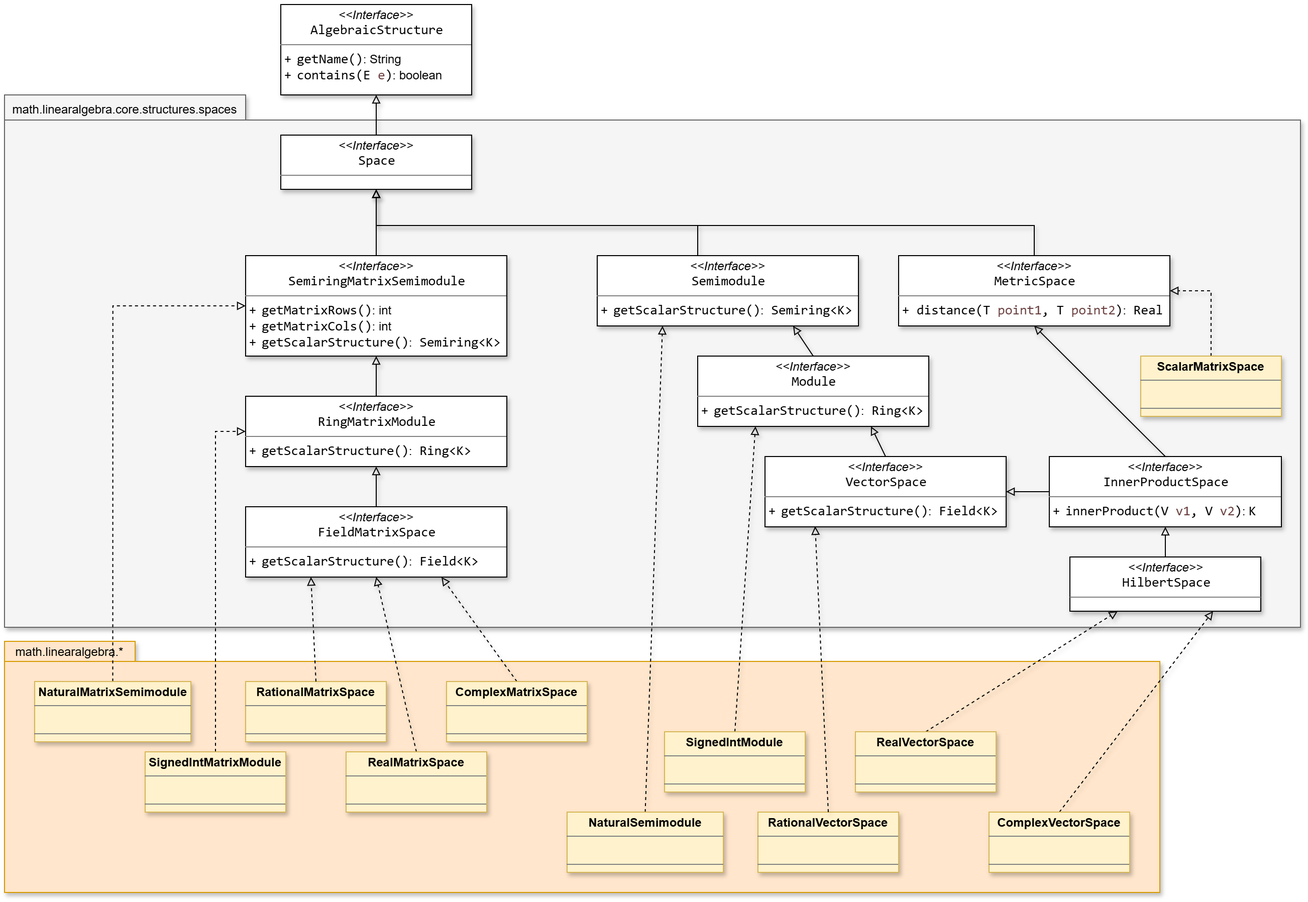
Above: resources/SMFN-linearalgebra-spaces.drawio.png in gom9000/SMFN (draw.io), before the change. Source tidied: cells renumbered, new cells last; positions are measured from the earlier drawing's top-left corner, leaving out a move shared by most shapes.
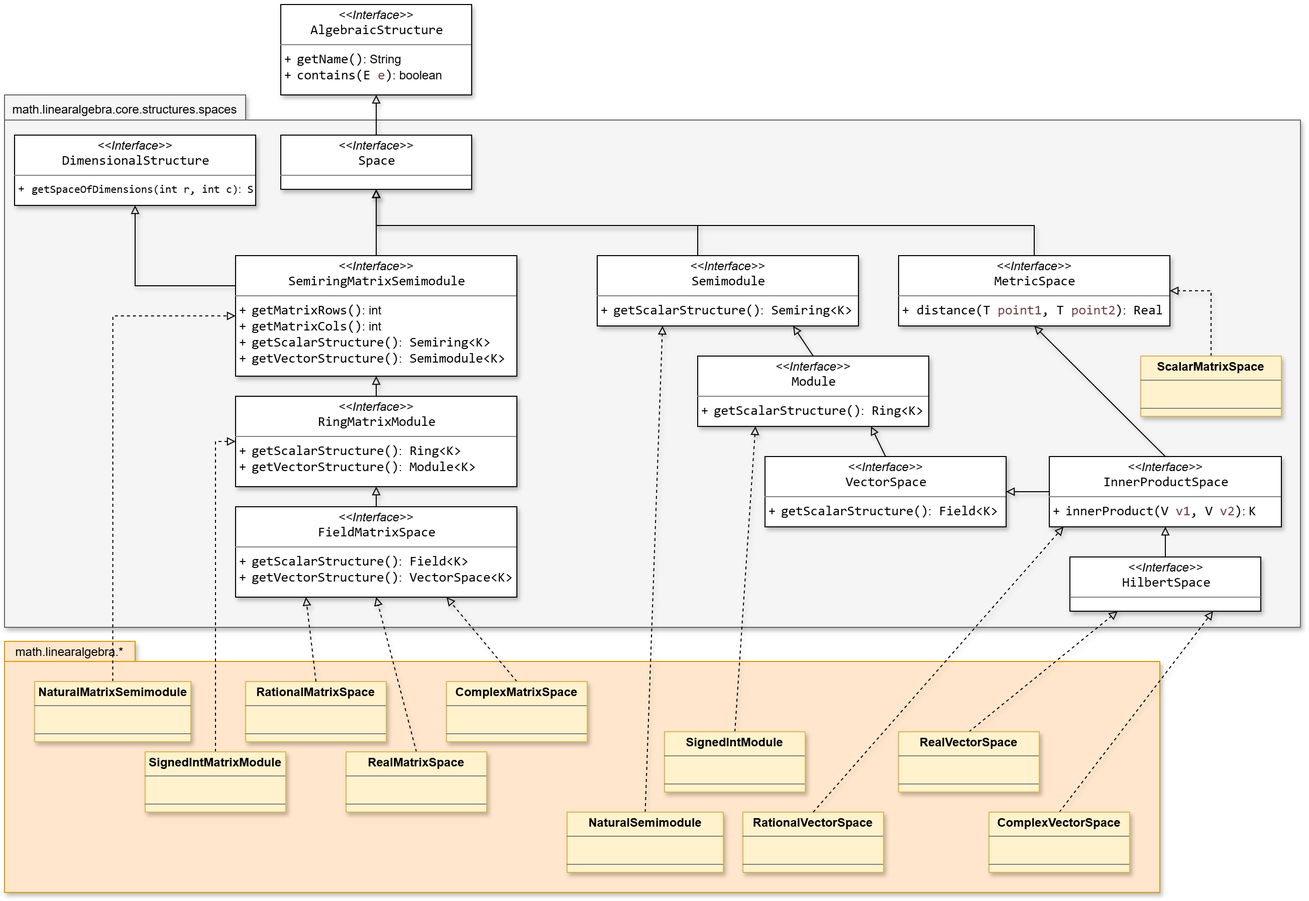
After the commit.

Diff of the diagram source:
```diff
@@ -22,4 +22,7 @@
     </mxCell>
+    <mxCell id="50" style="edgeStyle=orthogonalEdgeStyle;rounded=0;jettySize=auto;html=1;exitX=0;exitY=0.25;exitDx=0;exitDy=0;entryX=0.5;entryY=1;entryDx=0;entryDy=0;shadow=1;strokeColor=default;align=center;verticalAlign=middle;fontFamily=Helvetica;fontSize=11;fontColor=default;labelBackgroundColor=default;endArrow=block;endFill=0;" parent="1" edge="1" source="8" target="51">
+      <mxGeometry relative="1" as="geometry" />
+    </mxCell>
-    <mxCell id="8" value="&lt;p style=&quot;margin:0px;margin-top:4px;text-align:center;&quot;&gt;&lt;i&gt;&amp;lt;&amp;lt;Interface&amp;gt;&amp;gt;&lt;/i&gt;&lt;br&gt;&lt;span style=&quot;padding: 0px 0px 0px 2px;&quot;&gt;&lt;span style=&quot;font-family: Consolas; font-size: 10pt; white-space: pre;&quot;&gt;&lt;span style=&quot;&quot;&gt;SemiringMatrixSemimodule&lt;/span&gt;&lt;/span&gt;&lt;/span&gt;&lt;/p&gt;&lt;hr size=&quot;1&quot; style=&quot;border-style:solid;&quot;&gt;&lt;p style=&quot;margin:0px;margin-left:4px;&quot;&gt;&lt;/p&gt;&lt;p style=&quot;margin:0px;margin-left:4px;&quot;&gt;+&amp;nbsp;&lt;span style=&quot;padding: 0px 0px 0px 2px;&quot;&gt;&lt;span style=&quot;font-family: Consolas; font-size: 10pt; white-space: pre;&quot;&gt;&lt;span style=&quot;&quot;&gt;getMatrixRows&lt;/span&gt;()&lt;/span&gt;&lt;/span&gt;: int&lt;/p&gt;&lt;p style=&quot;margin:0px;margin-left:4px;&quot;&gt;+&amp;nbsp;&lt;span style=&quot;padding: 0px 0px 0px 2px;&quot;&gt;&lt;span style=&quot;font-family: Consolas; font-size: 10pt; white-space: pre;&quot;&gt;getMatrixCols()&lt;/span&gt;&lt;/span&gt;: int&lt;/p&gt;&lt;p style=&quot;margin:0px;margin-left:4px;&quot;&gt;+&amp;nbsp;&lt;span style=&quot;background-color: rgb(255, 255, 255); padding: 0px 0px 0px 2px;&quot;&gt;&lt;span style=&quot;font-family: Consolas; font-size: 10pt; white-space-collapse: preserve;&quot;&gt;getScalarStructure()&lt;/span&gt;&lt;/span&gt;&lt;span style=&quot;color: light-dark(rgb(0, 0, 0), rgb(255, 255, 255)); font-family: Consolas; font-size: 10pt; white-space: pre;&quot;&gt;&lt;span style=&quot;font-family: Helvetica; font-size: 12px; white-space: normal;&quot;&gt;:&lt;/span&gt; Semiring&amp;lt;K&amp;gt;&lt;/span&gt;&lt;/p&gt;&lt;p style=&quot;margin:0px;margin-left:4px;&quot;&gt;&lt;span style=&quot;color: light-dark(rgb(0, 0, 0), rgb(255, 255, 255)); font-family: Consolas; font-size: 10pt; white-space: pre;&quot;&gt;&lt;br&gt;&lt;/span&gt;&lt;/p&gt;" style="verticalAlign=top;align=left;overflow=fill;html=1;whiteSpace=wrap;labelBackgroundColor=none;shadow=1;" parent="1" vertex="1">
-      <mxGeometry x="240" y="250" width="260" height="100" as="geometry" />
+    <mxCell id="8" value="&lt;p style=&quot;margin:0px;margin-top:4px;text-align:center;&quot;&gt;&lt;i&gt;&amp;lt;&amp;lt;Interface&amp;gt;&amp;gt;&lt;/i&gt;&lt;br&gt;&lt;span style=&quot;padding: 0px 0px 0px 2px;&quot;&gt;&lt;span style=&quot;font-family: Consolas; font-size: 10pt; white-space: pre;&quot;&gt;&lt;span style=&quot;&quot;&gt;SemiringMatrixSemimodule&lt;/span&gt;&lt;/span&gt;&lt;/span&gt;&lt;/p&gt;&lt;hr size=&quot;1&quot; style=&quot;border-style:solid;&quot;&gt;&lt;p style=&quot;margin:0px;margin-left:4px;&quot;&gt;&lt;/p&gt;&lt;p style=&quot;margin:0px;margin-left:4px;&quot;&gt;+&amp;nbsp;&lt;span style=&quot;padding: 0px 0px 0px 2px;&quot;&gt;&lt;span style=&quot;font-family: Consolas; font-size: 10pt; white-space: pre;&quot;&gt;&lt;span style=&quot;&quot;&gt;getMatrixRows&lt;/span&gt;()&lt;/span&gt;&lt;/span&gt;: int&lt;/p&gt;&lt;p style=&quot;margin:0px;margin-left:4px;&quot;&gt;+&amp;nbsp;&lt;span style=&quot;padding: 0px 0px 0px 2px;&quot;&gt;&lt;span style=&quot;font-family: Consolas; font-size: 10pt; white-space: pre;&quot;&gt;getMatrixCols()&lt;/span&gt;&lt;/span&gt;: int&lt;/p&gt;&lt;p style=&quot;margin:0px;margin-left:4px;&quot;&gt;+&amp;nbsp;&lt;span style=&quot;background-color: rgb(255, 255, 255); padding: 0px 0px 0px 2px;&quot;&gt;&lt;span style=&quot;font-family: Consolas; font-size: 10pt; white-space-collapse: preserve;&quot;&gt;getScalarStructure()&lt;/span&gt;&lt;/span&gt;&lt;span style=&quot;color: light-dark(rgb(0, 0, 0), rgb(255, 255, 255)); font-family: Consolas; font-size: 10pt; white-space: pre;&quot;&gt;&lt;span style=&quot;font-family: Helvetica; font-size: 12px; white-space: normal;&quot;&gt;:&lt;/span&gt; Semiring&amp;lt;K&amp;gt;&lt;/span&gt;&lt;/p&gt;&lt;p style=&quot;margin:0px;margin-left:4px;&quot;&gt;+&amp;nbsp;&lt;span style=&quot;background-color: rgb(255, 255, 255); padding: 0px 0px 0px 2px;&quot;&gt;&lt;span style=&quot;font-family: Consolas; font-size: 10pt; white-space-collapse: preserve;&quot;&gt;getVectorStructure()&lt;/span&gt;&lt;/span&gt;&lt;span style=&quot;color: light-dark(rgb(0, 0, 0), rgb(255, 255, 255)); font-family: Consolas; font-size: 10pt; white-space: pre;&quot;&gt;&lt;span style=&quot;font-family: Helvetica; font-size: 12px; white-space: normal;&quot;&gt;:&lt;/span&gt; Semimodule&amp;lt;K&amp;gt;&lt;/span&gt;&lt;span style=&quot;color: light-dark(rgb(0, 0, 0), rgb(255, 255, 255)); font-family: Consolas; font-size: 10pt; white-space: pre;&quot;&gt;&lt;/span&gt;&lt;/p&gt;" style="verticalAlign=top;align=left;overflow=fill;html=1;whiteSpace=wrap;labelBackgroundColor=none;shadow=1;" parent="1" vertex="1">
+      <mxGeometry x="230" y="250" width="280" height="120" as="geometry" />
     </mxCell>
@@ -96,4 +99,4 @@
     </mxCell>
-    <mxCell id="29" value="&lt;p style=&quot;margin:0px;margin-top:4px;text-align:center;&quot;&gt;&lt;i&gt;&amp;lt;&amp;lt;Interface&amp;gt;&amp;gt;&lt;/i&gt;&lt;br&gt;&lt;span style=&quot;padding: 0px 0px 0px 2px;&quot;&gt;&lt;span style=&quot;font-family: Consolas; font-size: 10pt; white-space: pre;&quot;&gt;&lt;span style=&quot;&quot;&gt;RingMatrixModule&lt;/span&gt;&lt;/span&gt;&lt;/span&gt;&lt;/p&gt;&lt;hr size=&quot;1&quot; style=&quot;border-style:solid;&quot;&gt;&lt;p style=&quot;margin:0px;margin-left:4px;&quot;&gt;&lt;/p&gt;&lt;p style=&quot;margin:0px;margin-left:4px;&quot;&gt;&lt;span style=&quot;background-color: transparent; color: light-dark(rgb(0, 0, 0), rgb(255, 255, 255));&quot;&gt;+&amp;nbsp;&lt;/span&gt;&lt;span style=&quot;color: light-dark(rgb(0, 0, 0), rgb(255, 255, 255)); background-color: rgb(255, 255, 255); padding: 0px 0px 0px 2px;&quot;&gt;&lt;span style=&quot;font-family: Consolas; font-size: 10pt; white-space-collapse: preserve;&quot;&gt;getScalarStructure()&lt;/span&gt;&lt;/span&gt;&lt;span style=&quot;background-color: transparent; color: light-dark(rgb(0, 0, 0), rgb(255, 255, 255)); font-family: Consolas; font-size: 10pt; white-space: pre;&quot;&gt;&lt;span style=&quot;font-family: Helvetica; font-size: 12px; white-space: normal;&quot;&gt;:&lt;/span&gt; Ring&amp;lt;K&amp;gt;&lt;/span&gt;&lt;/p&gt;&lt;p style=&quot;margin:0px;margin-left:4px;&quot;&gt;&lt;span style=&quot;color: light-dark(rgb(0, 0, 0), rgb(255, 255, 255)); font-family: Consolas; font-size: 10pt; white-space: pre;&quot;&gt;&lt;br&gt;&lt;/span&gt;&lt;/p&gt;" style="verticalAlign=top;align=left;overflow=fill;html=1;whiteSpace=wrap;labelBackgroundColor=none;shadow=1;" parent="1" vertex="1">
-      <mxGeometry x="240" y="390" width="260" height="70" as="geometry" />
+    <mxCell id="29" value="&lt;p style=&quot;margin:0px;margin-top:4px;text-align:center;&quot;&gt;&lt;i&gt;&amp;lt;&amp;lt;Interface&amp;gt;&amp;gt;&lt;/i&gt;&lt;br&gt;&lt;span style=&quot;padding: 0px 0px 0px 2px;&quot;&gt;&lt;span style=&quot;font-family: Consolas; font-size: 10pt; white-space: pre;&quot;&gt;&lt;span style=&quot;&quot;&gt;RingMatrixModule&lt;/span&gt;&lt;/span&gt;&lt;/span&gt;&lt;/p&gt;&lt;hr size=&quot;1&quot; style=&quot;border-style:solid;&quot;&gt;&lt;p style=&quot;margin:0px;margin-left:4px;&quot;&gt;&lt;/p&gt;&lt;p style=&quot;margin:0px;margin-left:4px;&quot;&gt;&lt;span style=&quot;background-color: transparent; color: light-dark(rgb(0, 0, 0), rgb(255, 255, 255));&quot;&gt;+&amp;nbsp;&lt;/span&gt;&lt;span style=&quot;color: light-dark(rgb(0, 0, 0), rgb(255, 255, 255)); background-color: rgb(255, 255, 255); padding: 0px 0px 0px 2px;&quot;&gt;&lt;span style=&quot;font-family: Consolas; font-size: 10pt; white-space-collapse: preserve;&quot;&gt;getScalarStructure()&lt;/span&gt;&lt;/span&gt;&lt;span style=&quot;background-color: transparent; color: light-dark(rgb(0, 0, 0), rgb(255, 255, 255)); font-family: Consolas; font-size: 10pt; white-space: pre;&quot;&gt;&lt;span style=&quot;font-family: Helvetica; font-size: 12px; white-space: normal;&quot;&gt;:&lt;/span&gt; Ring&amp;lt;K&amp;gt;&lt;/span&gt;&lt;/p&gt;&lt;p style=&quot;margin:0px;margin-left:4px;&quot;&gt;+&amp;nbsp;&lt;span style=&quot;background-color: rgb(255, 255, 255); padding: 0px 0px 0px 2px;&quot;&gt;&lt;span style=&quot;font-family: Consolas; font-size: 10pt; white-space-collapse: preserve;&quot;&gt;getVectorStructure()&lt;/span&gt;&lt;/span&gt;&lt;span style=&quot;color: light-dark(rgb(0, 0, 0), rgb(255, 255, 255)); font-family: Consolas; font-size: 10pt; white-space: pre;&quot;&gt;&lt;span style=&quot;font-family: Helvetica; font-size: 12px; white-space: normal;&quot;&gt;:&lt;/span&gt; Module&amp;lt;K&amp;gt;&lt;/span&gt;&lt;span style=&quot;color: light-dark(rgb(0, 0, 0), rgb(255, 255, 255)); font-family: Consolas; font-size: 10pt; white-space: pre;&quot;&gt;&lt;/span&gt;&lt;/p&gt;" style="verticalAlign=top;align=left;overflow=fill;html=1;whiteSpace=wrap;labelBackgroundColor=none;shadow=1;" parent="1" vertex="1">
+      <mxGeometry x="230" y="390" width="280" height="90" as="geometry" />
     </mxCell>
@@ -102,4 +105,4 @@
     </mxCell>
-    <mxCell id="31" value="&lt;p style=&quot;margin:0px;margin-top:4px;text-align:center;&quot;&gt;&lt;i&gt;&amp;lt;&amp;lt;Interface&amp;gt;&amp;gt;&lt;/i&gt;&lt;br&gt;&lt;span style=&quot;padding: 0px 0px 0px 2px;&quot;&gt;&lt;span style=&quot;font-family: Consolas; font-size: 10pt; white-space: pre;&quot;&gt;&lt;span style=&quot;&quot;&gt;FieldMatrixSpace&lt;/span&gt;&lt;/span&gt;&lt;/span&gt;&lt;/p&gt;&lt;hr size=&quot;1&quot; style=&quot;border-style:solid;&quot;&gt;&lt;p style=&quot;margin:0px;margin-left:4px;&quot;&gt;&lt;/p&gt;&lt;p style=&quot;margin:0px;margin-left:4px;&quot;&gt;&lt;span style=&quot;background-color: transparent; color: light-dark(rgb(0, 0, 0), rgb(255, 255, 255));&quot;&gt;+&amp;nbsp;&lt;/span&gt;&lt;span style=&quot;color: light-dark(rgb(0, 0, 0), rgb(255, 255, 255)); background-color: rgb(255, 255, 255); padding: 0px 0px 0px 2px;&quot;&gt;&lt;span style=&quot;font-family: Consolas; font-size: 10pt; white-space-collapse: preserve;&quot;&gt;getScalarStructure()&lt;/span&gt;&lt;/span&gt;&lt;span style=&quot;background-color: transparent; color: light-dark(rgb(0, 0, 0), rgb(255, 255, 255)); font-family: Consolas; font-size: 10pt; white-space: pre;&quot;&gt;&lt;span style=&quot;font-family: Helvetica; font-size: 12px; white-space: normal;&quot;&gt;:&lt;/span&gt; Field&amp;lt;K&amp;gt;&lt;/span&gt;&lt;/p&gt;&lt;p style=&quot;margin:0px;margin-left:4px;&quot;&gt;&lt;span style=&quot;color: light-dark(rgb(0, 0, 0), rgb(255, 255, 255)); font-family: Consolas; font-size: 10pt; white-space: pre;&quot;&gt;&lt;br&gt;&lt;/span&gt;&lt;/p&gt;" style="verticalAlign=top;align=left;overflow=fill;html=1;whiteSpace=wrap;labelBackgroundColor=none;shadow=1;" parent="1" vertex="1">
-      <mxGeometry x="240" y="500" width="260" height="70" as="geometry" />
+    <mxCell id="31" value="&lt;p style=&quot;margin:0px;margin-top:4px;text-align:center;&quot;&gt;&lt;i&gt;&amp;lt;&amp;lt;Interface&amp;gt;&amp;gt;&lt;/i&gt;&lt;br&gt;&lt;span style=&quot;padding: 0px 0px 0px 2px;&quot;&gt;&lt;span style=&quot;font-family: Consolas; font-size: 10pt; white-space: pre;&quot;&gt;&lt;span style=&quot;&quot;&gt;FieldMatrixSpace&lt;/span&gt;&lt;/span&gt;&lt;/span&gt;&lt;/p&gt;&lt;hr size=&quot;1&quot; style=&quot;border-style:solid;&quot;&gt;&lt;p style=&quot;margin:0px;margin-left:4px;&quot;&gt;&lt;/p&gt;&lt;p style=&quot;margin:0px;margin-left:4px;&quot;&gt;&lt;span style=&quot;background-color: transparent; color: light-dark(rgb(0, 0, 0), rgb(255, 255, 255));&quot;&gt;+&amp;nbsp;&lt;/span&gt;&lt;span style=&quot;color: light-dark(rgb(0, 0, 0), rgb(255, 255, 255)); background-color: rgb(255, 255, 255); padding: 0px 0px 0px 2px;&quot;&gt;&lt;span style=&quot;font-family: Consolas; font-size: 10pt; white-space-collapse: preserve;&quot;&gt;getScalarStructure()&lt;/span&gt;&lt;/span&gt;&lt;span style=&quot;background-color: transparent; color: light-dark(rgb(0, 0, 0), rgb(255, 255, 255)); font-family: Consolas; font-size: 10pt; white-space: pre;&quot;&gt;&lt;span style=&quot;font-family: Helvetica; font-size: 12px; white-space: normal;&quot;&gt;:&lt;/span&gt; Field&amp;lt;K&amp;gt;&lt;/span&gt;&lt;/p&gt;&lt;p style=&quot;margin:0px;margin-left:4px;&quot;&gt;+&amp;nbsp;&lt;span style=&quot;background-color: rgb(255, 255, 255); padding: 0px 0px 0px 2px;&quot;&gt;&lt;span style=&quot;font-family: Consolas; font-size: 10pt; white-space-collapse: preserve;&quot;&gt;getVectorStructure()&lt;/span&gt;&lt;/span&gt;&lt;span style=&quot;color: light-dark(rgb(0, 0, 0), rgb(255, 255, 255)); font-family: Consolas; font-size: 10pt; white-space: pre;&quot;&gt;&lt;span style=&quot;font-family: Helvetica; font-size: 12px; white-space: normal;&quot;&gt;:&lt;/span&gt; VectorSpace&amp;lt;K&amp;gt;&lt;/span&gt;&lt;span style=&quot;color: light-dark(rgb(0, 0, 0), rgb(255, 255, 255)); font-family: Consolas; font-size: 10pt; white-space: pre;&quot;&gt;&lt;/span&gt;&lt;/p&gt;" style="verticalAlign=top;align=left;overflow=fill;html=1;whiteSpace=wrap;labelBackgroundColor=none;shadow=1;" parent="1" vertex="1">
+      <mxGeometry x="230" y="500" width="280" height="90" as="geometry" />
     </mxCell>
@@ -127,3 +130,3 @@
     <mxCell id="39" value="&lt;p style=&quot;margin:0px;margin-top:4px;text-align:center;&quot;&gt;&lt;b&gt;RealVectorSpace&lt;/b&gt;&lt;/p&gt;&lt;hr size=&quot;1&quot; style=&quot;border-style:solid;&quot;&gt;&lt;p style=&quot;margin:0px;margin-left:4px;&quot;&gt;&lt;br&gt;&lt;/p&gt;&lt;hr size=&quot;1&quot; style=&quot;border-style:solid;&quot;&gt;&lt;p style=&quot;margin:0px;margin-left:4px;&quot;&gt;&lt;br&gt;&lt;/p&gt;" style="verticalAlign=top;align=left;overflow=fill;html=1;whiteSpace=wrap;fillColor=#fff2cc;strokeColor=#d6b656;labelBackgroundColor=none;shadow=1;" parent="1" vertex="1">
-      <mxGeometry x="847" y="724" width="140" height="60" as="geometry" />
+      <mxGeometry x="890" y="724" width="140" height="60" as="geometry" />
     </mxCell>
@@ -136,3 +139,3 @@
     <mxCell id="42" value="&lt;p style=&quot;margin:0px;margin-top:4px;text-align:center;&quot;&gt;&lt;b&gt;RationalVectorSpace&lt;/b&gt;&lt;/p&gt;&lt;hr size=&quot;1&quot; style=&quot;border-style:solid;&quot;&gt;&lt;p style=&quot;margin:0px;margin-left:4px;&quot;&gt;&lt;br&gt;&lt;/p&gt;&lt;hr size=&quot;1&quot; style=&quot;border-style:solid;&quot;&gt;&lt;p style=&quot;margin:0px;margin-left:4px;&quot;&gt;&lt;br&gt;&lt;/p&gt;" style="verticalAlign=top;align=left;overflow=fill;html=1;whiteSpace=wrap;fillColor=#fff2cc;strokeColor=#d6b656;labelBackgroundColor=none;shadow=1;" parent="1" vertex="1">
-      <mxGeometry x="750" y="804" width="140" height="60" as="geometry" />
+      <mxGeometry x="735" y="804" width="140" height="60" as="geometry" />
     </mxCell>
@@ -150,3 +153,3 @@
     </mxCell>
-    <mxCell id="47" style="rounded=0;jettySize=auto;html=1;exitX=0.5;exitY=0;exitDx=0;exitDy=0;entryX=0.208;entryY=0.992;entryDx=0;entryDy=0;entryPerimeter=0;shadow=1;dashed=1;strokeColor=default;align=center;verticalAlign=middle;fontFamily=Helvetica;fontSize=11;fontColor=default;labelBackgroundColor=default;endArrow=block;endFill=0;" parent="1" edge="1" source="42" target="17">
+    <mxCell id="47" style="rounded=0;jettySize=auto;html=1;exitX=0.5;exitY=0;exitDx=0;exitDy=0;entryX=0.061;entryY=1;entryDx=0;entryDy=0;entryPerimeter=0;shadow=1;dashed=1;strokeColor=default;align=center;verticalAlign=middle;fontFamily=Helvetica;fontSize=11;fontColor=default;labelBackgroundColor=default;endArrow=block;endFill=0;" parent="1" edge="1" source="42" target="23">
       <mxGeometry relative="1" as="geometry" />
@@ -159,2 +162,5 @@
     </mxCell>
+    <mxCell id="51" value="&lt;p style=&quot;margin:0px;margin-top:4px;text-align:center;&quot;&gt;&lt;i&gt;&amp;lt;&amp;lt;Interface&amp;gt;&amp;gt;&lt;/i&gt;&lt;br&gt;&lt;span style=&quot;padding: 0px 0px 0px 2px;&quot;&gt;&lt;span style=&quot;font-family: Consolas; font-size: 10pt; white-space: pre;&quot;&gt;&lt;span style=&quot;&quot;&gt;DimensionalStructure&lt;/span&gt;&lt;/span&gt;&lt;/span&gt;&lt;/p&gt;&lt;hr size=&quot;1&quot; style=&quot;border-style:solid;&quot;&gt;&lt;p style=&quot;margin:0px;margin-left:4px;&quot;&gt;&lt;/p&gt;&lt;p style=&quot;margin:0px;margin-left:4px;&quot;&gt;&lt;font style=&quot;font-size: 11px;&quot;&gt;&lt;span style=&quot;background-color: transparent; color: light-dark(rgb(0, 0, 0), rgb(255, 255, 255));&quot;&gt;+&amp;nbsp;&lt;/span&gt;&lt;span style=&quot;color: light-dark(rgb(0, 0, 0), rgb(255, 255, 255)); padding: 0px 0px 0px 2px;&quot;&gt;&lt;span style=&quot;padding: 0px 0px 0px 2px;&quot;&gt;&lt;span style=&quot;font-family: Consolas; white-space: pre;&quot;&gt;getSpaceOfDimensions&lt;/span&gt;&lt;/span&gt;&lt;span style=&quot;background-color: rgb(255, 255, 255); font-family: Consolas; white-space-collapse: preserve;&quot;&gt;(int r, int c)&lt;/span&gt;&lt;/span&gt;&lt;span style=&quot;background-color: transparent; color: light-dark(rgb(0, 0, 0), rgb(255, 255, 255)); font-family: Consolas; white-space: pre;&quot;&gt;&lt;span style=&quot;font-family: Helvetica; white-space: normal;&quot;&gt;:&lt;/span&gt; S&lt;/span&gt;&lt;/font&gt;&lt;/p&gt;&lt;p style=&quot;margin:0px;margin-left:4px;&quot;&gt;&lt;span style=&quot;color: light-dark(rgb(0, 0, 0), rgb(255, 255, 255)); font-family: Consolas; font-size: 10pt; white-space: pre;&quot;&gt;&lt;br&gt;&lt;/span&gt;&lt;/p&gt;" style="verticalAlign=top;align=left;overflow=fill;html=1;whiteSpace=wrap;labelBackgroundColor=none;shadow=1;" parent="1" vertex="1">
+      <mxGeometry x="10" y="130" width="240" height="70" as="geometry" />
+    </mxCell>
   </root>
```
